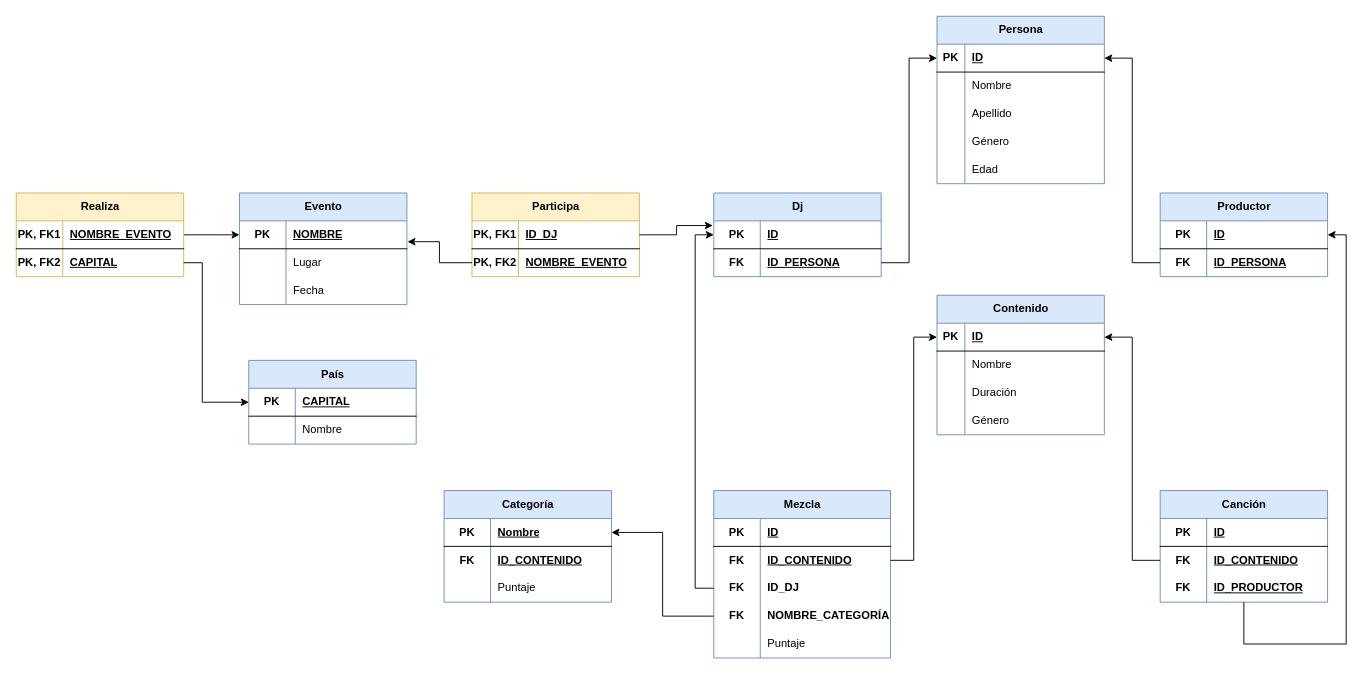
This is page "MR" (4 of 6) of modelo_entidad_relación.drawio from samugd17/proyecto_bae, a draw.io file, before an edit. Source tidied: cells renumbered, new cells numbered last; positions are measured from the earlier drawing's top-left corner, leaving out a move shared by most shapes. Both pictures are drawn from the tidied source at 93%, with x=0, y=0 at pixel (16, 16).
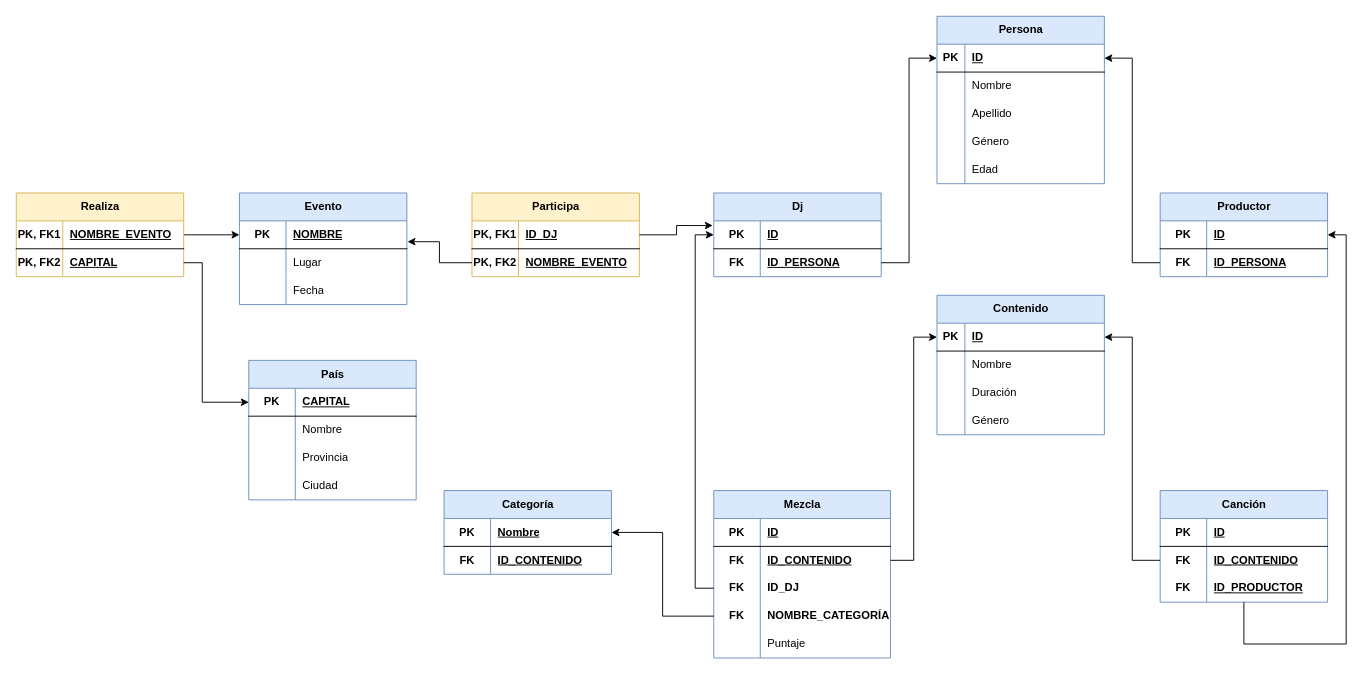
The same page after the edit.

What changed in the source:
```diff
@@
     <mxCell id="75" value="Categoría" style="shape=table;startSize=30;childLayout=tableLayout;rowLines=0;fontStyle=1;align=center;html=1;fillColor=#dae8fc;strokeColor=#6c8ebf;" parent="1" vertex="1">
-      <mxGeometry x="460" y="510" width="180" height="120" as="geometry" />
+      <mxGeometry x="460" y="510" width="180" height="90" as="geometry" />
     </mxCell>
@@
-    <mxCell id="82" style="shape=tableRow;horizontal=0;startSize=0;swimlaneHead=0;swimlaneBody=0;fillColor=none;top=0;left=0;right=0;bottom=0;" parent="75" vertex="1">
-      <mxGeometry y="90" width="180" height="30" as="geometry" />
-    </mxCell>
-    <mxCell id="83" style="shape=partialRectangle;fillColor=none;top=0;left=0;bottom=0;right=0;overflow=hidden;whiteSpace=wrap;html=1;" parent="82" vertex="1">
-      <mxGeometry width="50" height="30" as="geometry" />
-    </mxCell>
-    <mxCell id="84" value="Puntaje" style="shape=partialRectangle;fillColor=none;top=0;left=0;bottom=0;right=0;align=left;spacingLeft=6;overflow=hidden;whiteSpace=wrap;html=1;" parent="82" vertex="1">
-      <mxGeometry x="50" width="130" height="30" as="geometry" />
-    </mxCell>
@@
     <mxCell id="107" value="País" style="shape=table;startSize=30;childLayout=tableLayout;rowLines=0;fontStyle=1;align=center;html=1;fillColor=#dae8fc;strokeColor=#6c8ebf;" parent="1" vertex="1">
-      <mxGeometry x="250" y="370" width="180" height="90" as="geometry" />
+      <mxGeometry x="250" y="370" width="180" height="150" as="geometry" />
     </mxCell>
@@
+    <mxCell id="82" style="shape=tableRow;horizontal=0;startSize=0;swimlaneHead=0;swimlaneBody=0;fillColor=none;top=0;left=0;right=0;bottom=0;" parent="107" vertex="1">
+      <mxGeometry y="90" width="180" height="30" as="geometry" />
+    </mxCell>
+    <mxCell id="123" style="shape=partialRectangle;fillColor=none;top=0;left=0;bottom=0;right=0;overflow=hidden;whiteSpace=wrap;html=1;" parent="82" vertex="1">
+      <mxGeometry width="50" height="30" as="geometry" />
+    </mxCell>
+    <mxCell id="124" value="Provincia" style="shape=partialRectangle;fillColor=none;top=0;left=0;bottom=0;right=0;align=left;spacingLeft=6;overflow=hidden;whiteSpace=wrap;html=1;" parent="82" vertex="1">
+      <mxGeometry x="50" width="130" height="30" as="geometry" />
+    </mxCell>
+    <mxCell id="125" style="shape=tableRow;horizontal=0;startSize=0;swimlaneHead=0;swimlaneBody=0;fillColor=none;top=0;left=0;right=0;bottom=0;" parent="107" vertex="1">
+      <mxGeometry y="120" width="180" height="30" as="geometry" />
+    </mxCell>
+    <mxCell id="126" style="shape=partialRectangle;fillColor=none;top=0;left=0;bottom=0;right=0;overflow=hidden;whiteSpace=wrap;html=1;" parent="125" vertex="1">
+      <mxGeometry width="50" height="30" as="geometry" />
+    </mxCell>
+    <mxCell id="127" value="Ciudad" style="shape=partialRectangle;fillColor=none;top=0;left=0;bottom=0;right=0;align=left;spacingLeft=6;overflow=hidden;whiteSpace=wrap;html=1;" parent="125" vertex="1">
+      <mxGeometry x="50" width="130" height="30" as="geometry" />
+    </mxCell>
```
